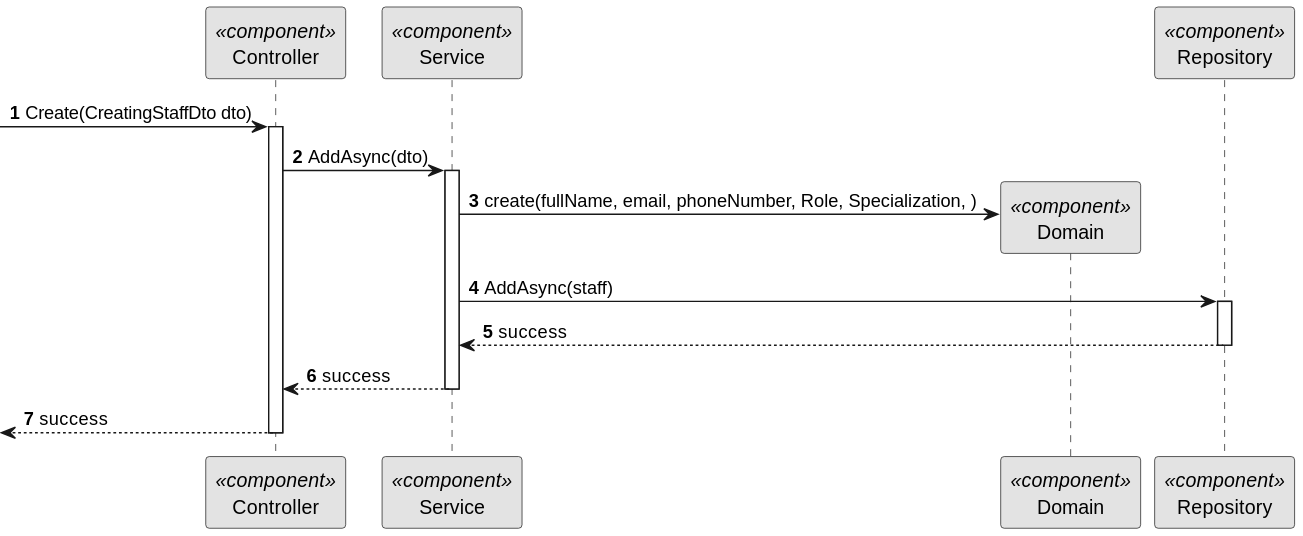
Ana-Miguel-Silva/SurgicalAppointmentAndResourceManagement keeps this PlantUML diagram as docs/BackofficeModule/5.1.12/level_three.svg. Above is the earlier version.
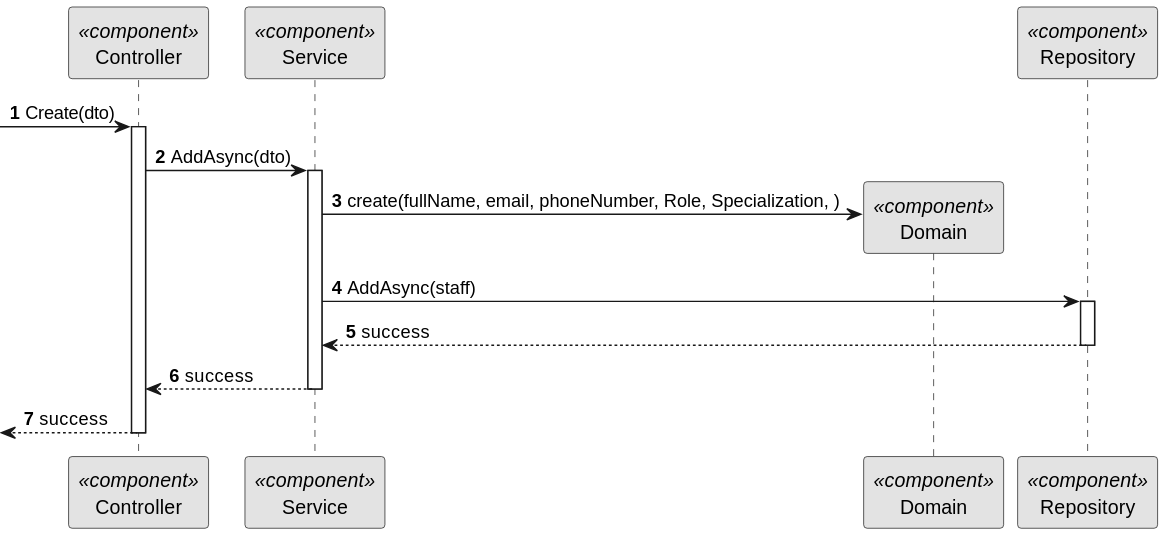
Above is the later version.

What changed in the source:
```diff
@@ -10,7 +10,7 @@
 participant "Domain" as DOM <<component>>
 participant "Repository" as REPO <<component>>
 
--> CTRL: Create(CreatingStaffDto dto)
+-> CTRL: Create(dto)
 activate CTRL
 CTRL -> SERV: AddAsync(dto)
 activate SERV
```
